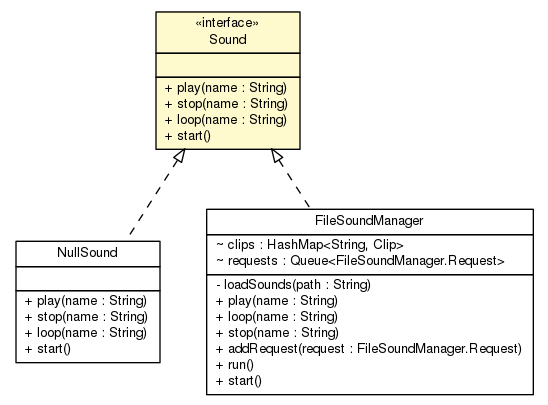
sinopeus/asteroids keeps this Graphviz diagram as doc/main/Sound.png. Above is the earlier version. Its source is kept beside it as doc/main/Sound.dot. The source it was exported from:
```dot

digraph G {
	edge [fontname="Helvetica",fontsize=10,labelfontname="Helvetica",labelfontsize=10];
	node [fontname="Helvetica",fontsize=10,shape=plaintext];
	nodesep=0.25;
	ranksep=0.5;
	c15793 [label=<<table title="main.Sound" border="0" cellborder="1" cellspacing="0" cellpadding="2" port="p" bgcolor="lemonChiffon" href="./Sound.html">
		<tr><td><table border="0" cellspacing="0" cellpadding="1">
<tr><td align="center" balign="center"> &#171;interface&#187; </td></tr>
<tr><td align="center" balign="center"> Sound </td></tr>
		</table></td></tr>
		<tr><td><table border="0" cellspacing="0" cellpadding="1">
<tr><td align="left" balign="left">  </td></tr>
		</table></td></tr>
		<tr><td><table border="0" cellspacing="0" cellpadding="1">
<tr><td align="left" balign="left"> + play(name : String) </td></tr>
<tr><td align="left" balign="left"> + stop(name : String) </td></tr>
<tr><td align="left" balign="left"> + loop(name : String) </td></tr>
<tr><td align="left" balign="left"> + start() </td></tr>
		</table></td></tr>
		</table>>, URL="./Sound.html", fontname="Helvetica", fontcolor="black", fontsize=10.0];
	c15800 [label=<<table title="main.NullSound" border="0" cellborder="1" cellspacing="0" cellpadding="2" port="p" href="./NullSound.html">
		<tr><td><table border="0" cellspacing="0" cellpadding="1">
<tr><td align="center" balign="center"> NullSound </td></tr>
		</table></td></tr>
		<tr><td><table border="0" cellspacing="0" cellpadding="1">
<tr><td align="left" balign="left">  </td></tr>
		</table></td></tr>
		<tr><td><table border="0" cellspacing="0" cellpadding="1">
<tr><td align="left" balign="left"> + play(name : String) </td></tr>
<tr><td align="left" balign="left"> + stop(name : String) </td></tr>
<tr><td align="left" balign="left"> + loop(name : String) </td></tr>
<tr><td align="left" balign="left"> + start() </td></tr>
		</table></td></tr>
		</table>>, URL="./NullSound.html", fontname="Helvetica", fontcolor="black", fontsize=10.0];
	c15802 [label=<<table title="main.FileSoundManager" border="0" cellborder="1" cellspacing="0" cellpadding="2" port="p" href="./FileSoundManager.html">
		<tr><td><table border="0" cellspacing="0" cellpadding="1">
<tr><td align="center" balign="center"> FileSoundManager </td></tr>
		</table></td></tr>
		<tr><td><table border="0" cellspacing="0" cellpadding="1">
<tr><td align="left" balign="left"> ~ clips : HashMap&lt;String, Clip&gt; </td></tr>
<tr><td align="left" balign="left"> ~ requests : Queue&lt;FileSoundManager.Request&gt; </td></tr>
		</table></td></tr>
		<tr><td><table border="0" cellspacing="0" cellpadding="1">
<tr><td align="left" balign="left"> - loadSounds(path : String) </td></tr>
<tr><td align="left" balign="left"> + play(name : String) </td></tr>
<tr><td align="left" balign="left"> + loop(name : String) </td></tr>
<tr><td align="left" balign="left"> + stop(name : String) </td></tr>
<tr><td align="left" balign="left"> + addRequest(request : FileSoundManager.Request) </td></tr>
<tr><td align="left" balign="left"> + run() </td></tr>
<tr><td align="left" balign="left"> + start() </td></tr>
		</table></td></tr>
		</table>>, URL="./FileSoundManager.html", fontname="Helvetica", fontcolor="black", fontsize=10.0];
	c15793:p -> c15800:p [dir=back,arrowtail=empty,style=dashed];
	c15793:p -> c15802:p [dir=back,arrowtail=empty,style=dashed];
}
```
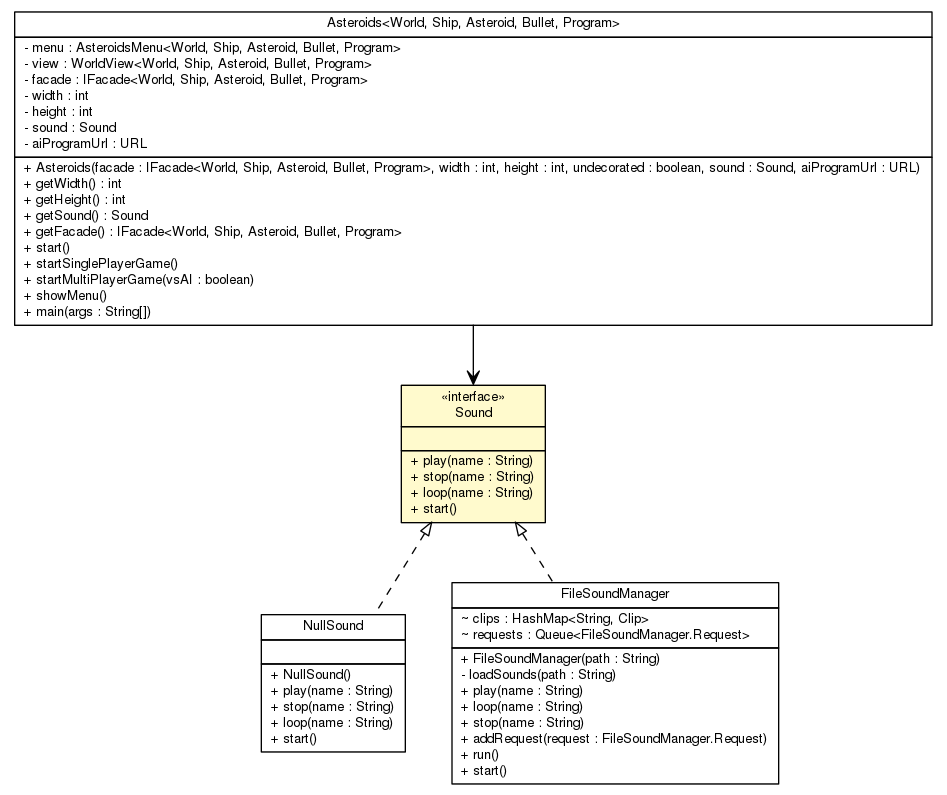
The same diagram one commit later.

Diff of the diagram source:
```diff
@@ -4,7 +4,7 @@
 	node [fontname="Helvetica",fontsize=10,shape=plaintext];
 	nodesep=0.25;
 	ranksep=0.5;
-	c15793 [label=<<table title="main.Sound" border="0" cellborder="1" cellspacing="0" cellpadding="2" port="p" bgcolor="lemonChiffon" href="./Sound.html">
+	c15847 [label=<<table title="main.Sound" border="0" cellborder="1" cellspacing="0" cellpadding="2" port="p" bgcolor="lemonChiffon" href="./Sound.html">
 		<tr><td><table border="0" cellspacing="0" cellpadding="1">
 <tr><td align="center" balign="center"> &#171;interface&#187; </td></tr>
 <tr><td align="center" balign="center"> Sound </td></tr>
@@ -19,7 +19,33 @@
 <tr><td align="left" balign="left"> + start() </td></tr>
 		</table></td></tr>
 		</table>>, URL="./Sound.html", fontname="Helvetica", fontcolor="black", fontsize=10.0];
-	c15800 [label=<<table title="main.NullSound" border="0" cellborder="1" cellspacing="0" cellpadding="2" port="p" href="./NullSound.html">
+	c15848 [label=<<table title="main.Asteroids" border="0" cellborder="1" cellspacing="0" cellpadding="2" port="p" href="./Asteroids.html">
+		<tr><td><table border="0" cellspacing="0" cellpadding="1">
+<tr><td align="center" balign="center"> Asteroids&lt;World, Ship, Asteroid, Bullet, Program&gt; </td></tr>
+		</table></td></tr>
+		<tr><td><table border="0" cellspacing="0" cellpadding="1">
+<tr><td align="left" balign="left"> - menu : AsteroidsMenu&lt;World, Ship, Asteroid, Bullet, Program&gt; </td></tr>
+<tr><td align="left" balign="left"> - view : WorldView&lt;World, Ship, Asteroid, Bullet, Program&gt; </td></tr>
+<tr><td align="left" balign="left"> - facade : IFacade&lt;World, Ship, Asteroid, Bullet, Program&gt; </td></tr>
+<tr><td align="left" balign="left"> - width : int </td></tr>
+<tr><td align="left" balign="left"> - height : int </td></tr>
+<tr><td align="left" balign="left"> - sound : Sound </td></tr>
+<tr><td align="left" balign="left"> - aiProgramUrl : URL </td></tr>
+		</table></td></tr>
+		<tr><td><table border="0" cellspacing="0" cellpadding="1">
+<tr><td align="left" balign="left"> + Asteroids(facade : IFacade&lt;World, Ship, Asteroid, Bullet, Program&gt;, width : int, height : int, undecorated : boolean, sound : Sound, aiProgramUrl : URL) </td></tr>
+<tr><td align="left" balign="left"> + getWidth() : int </td></tr>
+<tr><td align="left" balign="left"> + getHeight() : int </td></tr>
+<tr><td align="left" balign="left"> + getSound() : Sound </td></tr>
+<tr><td align="left" balign="left"> + getFacade() : IFacade&lt;World, Ship, Asteroid, Bullet, Program&gt; </td></tr>
+<tr><td align="left" balign="left"> + start() </td></tr>
+<tr><td align="left" balign="left"> + startSinglePlayerGame() </td></tr>
+<tr><td align="left" balign="left"> + startMultiPlayerGame(vsAI : boolean) </td></tr>
+<tr><td align="left" balign="left"> + showMenu() </td></tr>
+<tr><td align="left" balign="left"> + main(args : String[]) </td></tr>
+		</table></td></tr>
+		</table>>, URL="./Asteroids.html", fontname="Helvetica", fontcolor="black", fontsize=10.0];
+	c15854 [label=<<table title="main.NullSound" border="0" cellborder="1" cellspacing="0" cellpadding="2" port="p" href="./NullSound.html">
 		<tr><td><table border="0" cellspacing="0" cellpadding="1">
 <tr><td align="center" balign="center"> NullSound </td></tr>
 		</table></td></tr>
@@ -27,13 +53,14 @@
 <tr><td align="left" balign="left">  </td></tr>
 		</table></td></tr>
 		<tr><td><table border="0" cellspacing="0" cellpadding="1">
+<tr><td align="left" balign="left"> + NullSound() </td></tr>
 <tr><td align="left" balign="left"> + play(name : String) </td></tr>
 <tr><td align="left" balign="left"> + stop(name : String) </td></tr>
 <tr><td align="left" balign="left"> + loop(name : String) </td></tr>
 <tr><td align="left" balign="left"> + start() </td></tr>
 		</table></td></tr>
 		</table>>, URL="./NullSound.html", fontname="Helvetica", fontcolor="black", fontsize=10.0];
-	c15802 [label=<<table title="main.FileSoundManager" border="0" cellborder="1" cellspacing="0" cellpadding="2" port="p" href="./FileSoundManager.html">
+	c15856 [label=<<table title="main.FileSoundManager" border="0" cellborder="1" cellspacing="0" cellpadding="2" port="p" href="./FileSoundManager.html">
 		<tr><td><table border="0" cellspacing="0" cellpadding="1">
 <tr><td align="center" balign="center"> FileSoundManager </td></tr>
 		</table></td></tr>
@@ -42,6 +69,7 @@
 <tr><td align="left" balign="left"> ~ requests : Queue&lt;FileSoundManager.Request&gt; </td></tr>
 		</table></td></tr>
 		<tr><td><table border="0" cellspacing="0" cellpadding="1">
+<tr><td align="left" balign="left"> + FileSoundManager(path : String) </td></tr>
 <tr><td align="left" balign="left"> - loadSounds(path : String) </td></tr>
 <tr><td align="left" balign="left"> + play(name : String) </td></tr>
 <tr><td align="left" balign="left"> + loop(name : String) </td></tr>
@@ -51,6 +79,7 @@
 <tr><td align="left" balign="left"> + start() </td></tr>
 		</table></td></tr>
 		</table>>, URL="./FileSoundManager.html", fontname="Helvetica", fontcolor="black", fontsize=10.0];
-	c15793:p -> c15800:p [dir=back,arrowtail=empty,style=dashed];
-	c15793:p -> c15802:p [dir=back,arrowtail=empty,style=dashed];
+	c15847:p -> c15854:p [dir=back,arrowtail=empty,style=dashed];
+	c15847:p -> c15856:p [dir=back,arrowtail=empty,style=dashed];
+	c15848:p -> c15847:p [taillabel="", label="", headlabel="", fontname="Helvetica", fontcolor="black", fontsize=10.0, color="black", arrowhead=open];
 }
```
